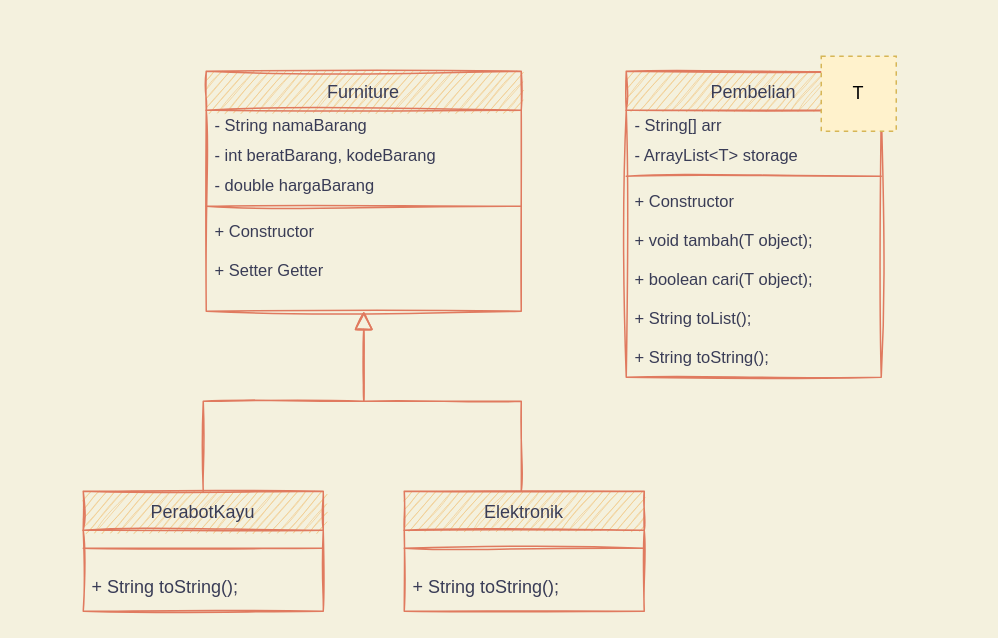
Before: Class Diagram.drawio in ahmrh/diagrams.net, a draw.io diagram. Source tidied: cells renumbered, new cells numbered last; positions are measured from the earlier drawing's top-left corner, leaving out a move shared by most shapes. Both pictures are drawn from the tidied source at 150%, with x=0, y=0 at pixel (82, 56).
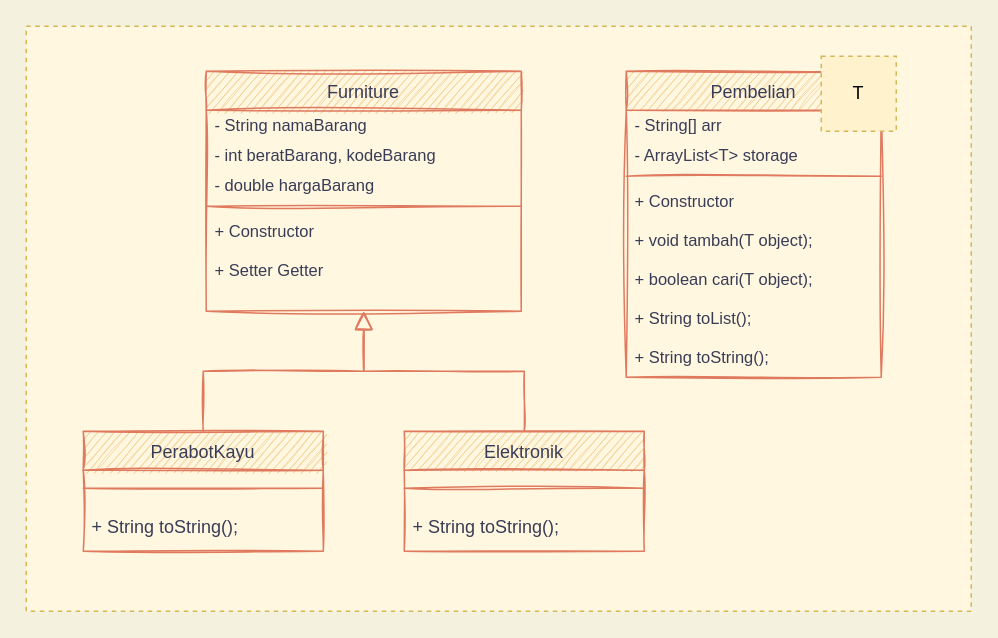
The same page after the edit.

Unchanged cells that the change refers to:
```xml
<mxCell id="2" value="Furniture" style="swimlane;fontStyle=0;align=center;verticalAlign=top;horizontal=1;startSize=26;rounded=0;shadow=0;strokeWidth=1;fillColor=#F2CC8F;strokeColor=#E07A5F;fontColor=#393C56;sketch=1;" parent="1" vertex="1">
  <mxGeometry x="82" y="10" width="210" height="160" as="geometry" />
</mxCell>
```

Diff of the diagram source:
```diff
@@
+    <mxCell id="27" style="rounded=0;whiteSpace=wrap;html=1;dashed=1;sketch=0;strokeColor=#d6b656;fillColor=#FFF7E0;" parent="1" vertex="1">
+      <mxGeometry x="-38" y="-20" width="630" height="390" as="geometry" />
+    </mxCell>
@@
     <mxCell id="9" value="PerabotKayu" style="swimlane;fontStyle=0;align=center;verticalAlign=top;horizontal=1;startSize=26;rounded=0;shadow=0;strokeWidth=1;fillColor=#F2CC8F;strokeColor=#E07A5F;fontColor=#393C56;sketch=1;" parent="1" vertex="1">
-      <mxGeometry y="290" width="160" height="80" as="geometry" />
+      <mxGeometry y="250" width="160" height="80" as="geometry" />
     </mxCell>
@@
-    <mxCell id="13" style="endArrow=block;endSize=10;endFill=0;shadow=0;strokeWidth=1;rounded=0;edgeStyle=elbowEdgeStyle;elbow=vertical;strokeColor=#E07A5F;fontColor=#393C56;sketch=1;labelBackgroundColor=#F4F1DE;" parent="1" edge="1" target="2">
-      <mxGeometry relative="1" as="geometry">
-        <mxPoint x="292" y="290" as="sourcePoint" />
-      </mxGeometry>
+    <mxCell id="13" style="endArrow=block;endSize=10;endFill=0;shadow=0;strokeWidth=1;rounded=0;edgeStyle=elbowEdgeStyle;elbow=vertical;strokeColor=#E07A5F;fontColor=#393C56;sketch=1;labelBackgroundColor=#F4F1DE;exitX=0.5;exitY=0;exitDx=0;exitDy=0;" parent="1" edge="1" source="14" target="2">
+      <mxGeometry relative="1" as="geometry" />
     </mxCell>
     <mxCell id="14" value="Elektronik" style="swimlane;fontStyle=0;align=center;verticalAlign=top;horizontal=1;startSize=26;rounded=0;shadow=0;strokeWidth=1;fillColor=#F2CC8F;strokeColor=#E07A5F;fontColor=#393C56;sketch=1;" parent="1" vertex="1">
-      <mxGeometry x="214" y="290" width="160" height="80" as="geometry" />
+      <mxGeometry x="214" y="250" width="160" height="80" as="geometry" />
     </mxCell>
```
